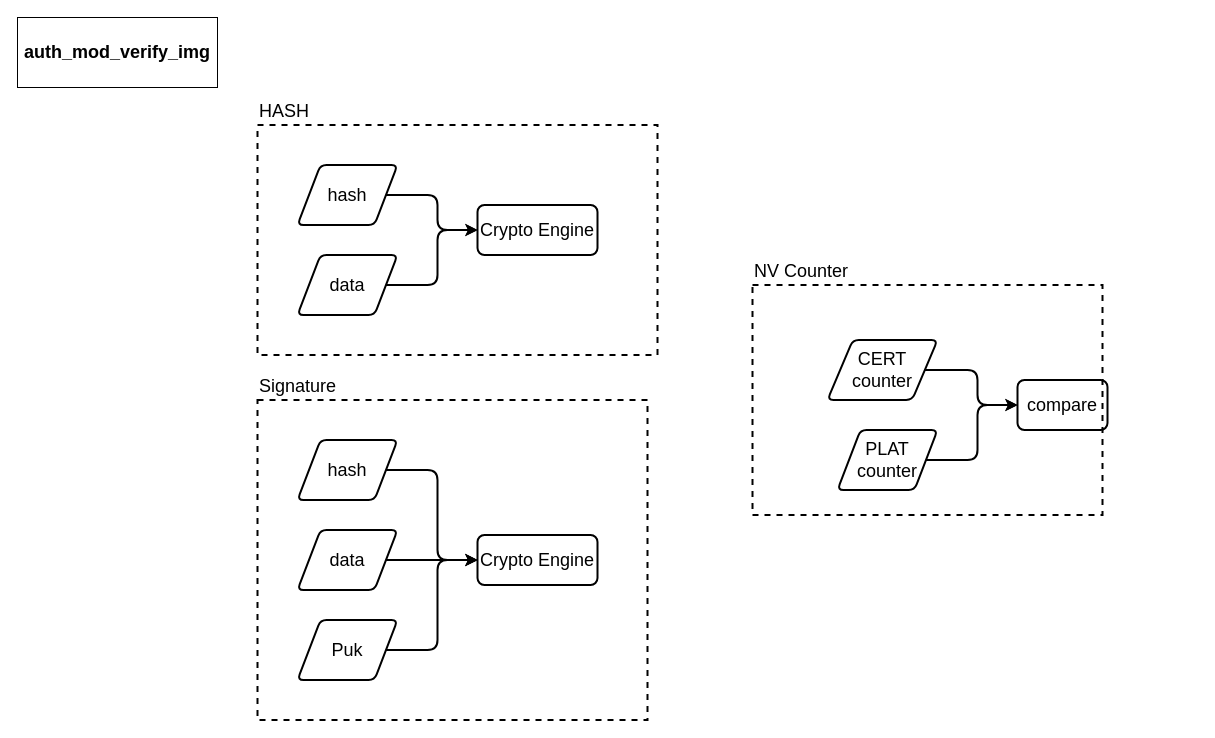
daichin/secureboot keeps this draw.io diagram as page "auth methods" (4 of 16) of mbedx509_parser.drawio. Above is the earlier version. Source tidied: cells renumbered, new cells numbered last; positions are measured from the earlier drawing's top-left corner, leaving out a move shared by most shapes. Both pictures are drawn from the tidied source at 100%, with x=0, y=0 at pixel (17, 17).
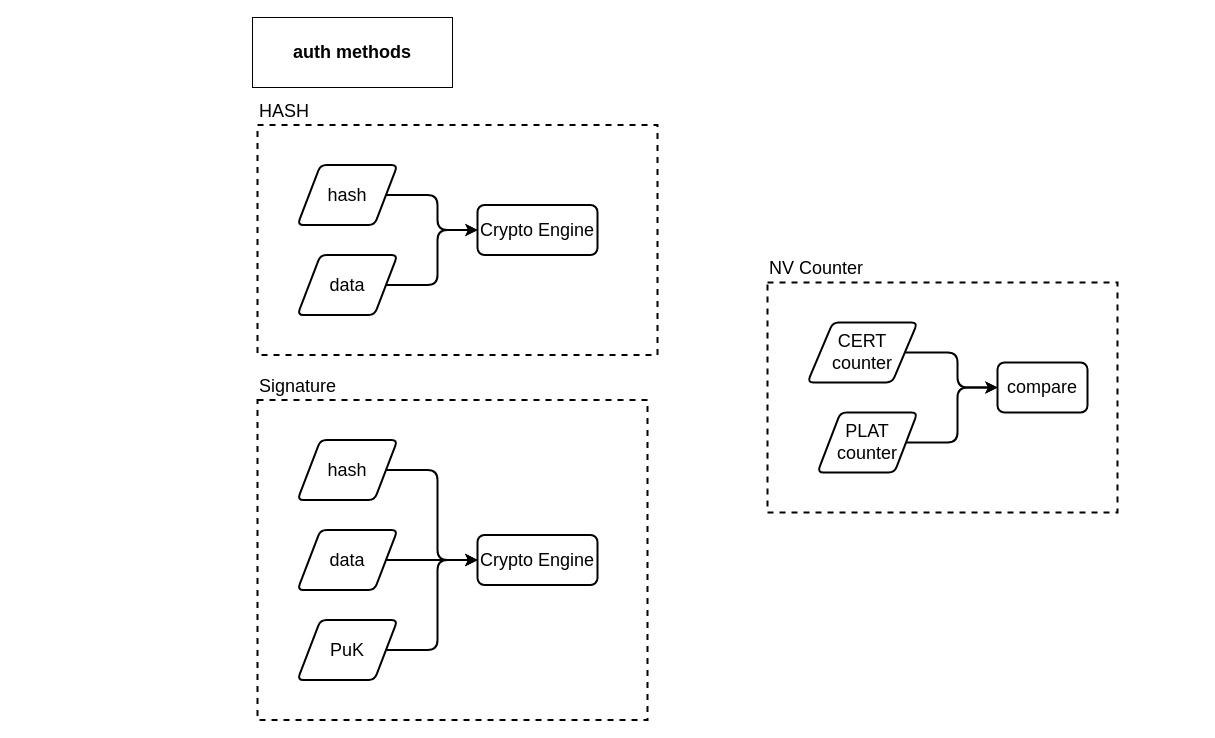
Above is the later version.

Unchanged cells that the change refers to:
```xml
<mxCell id="9" style="group;" parent="1" vertex="1">
  <mxGeometry x="240" y="382.5" width="400" height="320" as="geometry" />
</mxCell>
```

What changed in the source:
```diff
@@
-    <mxCell id="17" value="Puk" style="verticalLabelPosition=middle;verticalAlign=middle;html=1;strokeWidth=2;shape=parallelogram;perimeter=parallelogramPerimeter;whiteSpace=wrap;rounded=1;arcSize=12;size=0.23;shadow=0;fillColor=none;gradientColor=none;fontFamily=Helvetica;fontSize=18;fontColor=#000000;align=center;labelPosition=center;" parent="9" vertex="1">
+    <mxCell id="17" value="PuK" style="verticalLabelPosition=middle;verticalAlign=middle;html=1;strokeWidth=2;shape=parallelogram;perimeter=parallelogramPerimeter;whiteSpace=wrap;rounded=1;arcSize=12;size=0.23;shadow=0;fillColor=none;gradientColor=none;fontFamily=Helvetica;fontSize=18;fontColor=#000000;align=center;labelPosition=center;" parent="9" vertex="1">
       <mxGeometry x="40" y="220" width="100" height="60" as="geometry" />
     </mxCell>
+    <mxCell id="25" value="auth methods" style="text;html=1;strokeColor=#000000;fillColor=none;align=center;verticalAlign=middle;whiteSpace=wrap;rounded=0;fontSize=18;fontStyle=1;" parent="1" vertex="1">
+      <mxGeometry x="235" width="200" height="70" as="geometry" />
+    </mxCell>
+    <mxCell id="26" style="group;" parent="1" vertex="1">
+      <mxGeometry x="750" y="265" width="410" height="230" as="geometry" />
+    </mxCell>
-    <mxCell id="18" style="group;" parent="1" vertex="1">
-      <mxGeometry x="780" y="282.5" width="400" height="230" as="geometry" />
+    <mxCell id="18" style="group;" parent="26" vertex="1">
+      <mxGeometry x="10" width="400" height="230" as="geometry" />
     </mxCell>
@@
-    <mxCell id="24" value="NV Counter" style="rounded=0;whiteSpace=wrap;html=1;shadow=0;strokeColor=#000000;strokeWidth=2;fillColor=none;gradientColor=none;fontFamily=Helvetica;fontSize=18;fontColor=#000000;align=left;labelPosition=center;verticalLabelPosition=top;verticalAlign=bottom;dashed=1;" parent="1" vertex="1">
-      <mxGeometry x="735" y="267.5" width="350" height="230" as="geometry" />
+    <mxCell id="24" value="NV Counter" style="rounded=0;whiteSpace=wrap;html=1;shadow=0;strokeColor=#000000;strokeWidth=2;fillColor=none;gradientColor=none;fontFamily=Helvetica;fontSize=18;fontColor=#000000;align=left;labelPosition=center;verticalLabelPosition=top;verticalAlign=bottom;dashed=1;" parent="26" vertex="1">
+      <mxGeometry width="350" height="230" as="geometry" />
     </mxCell>
-    <mxCell id="25" value="auth_mod_verify_img" style="text;html=1;strokeColor=#000000;fillColor=none;align=center;verticalAlign=middle;whiteSpace=wrap;rounded=0;fontSize=18;fontStyle=1;" parent="1" vertex="1">
-      <mxGeometry width="200" height="70" as="geometry" />
-    </mxCell>
```
